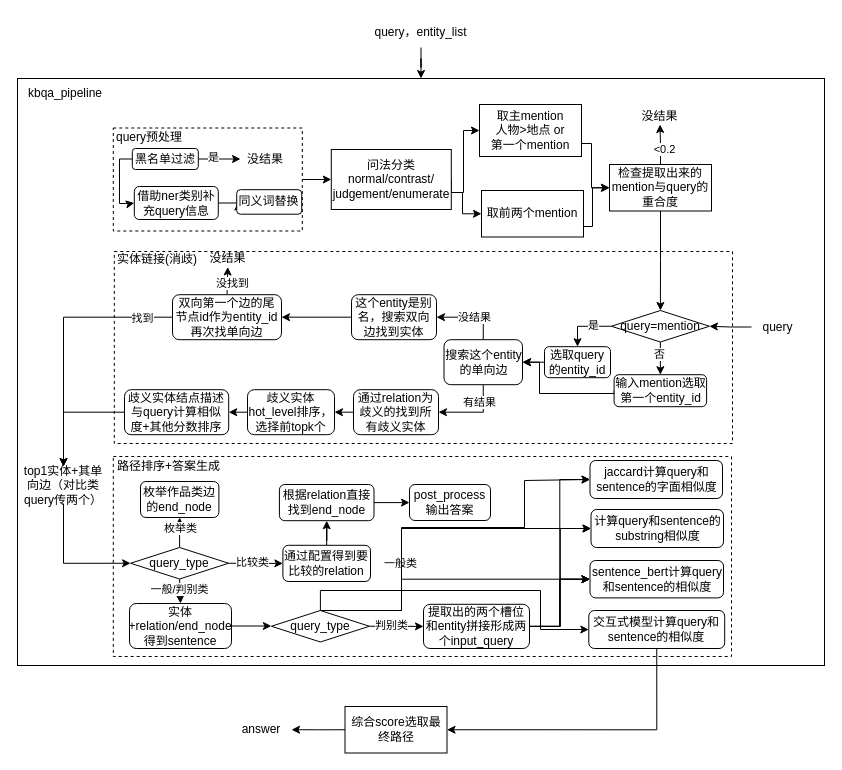
This is kbqa-pipeline-detail.drawio from WeipingFu/drawio, a draw.io file, before an edit. Source tidied: cells renumbered, new cells numbered last; positions are measured from the earlier drawing's top-left corner, leaving out a move shared by most shapes. Both pictures are drawn from the tidied source at 100%, with x=0, y=0 at pixel (17, 17).
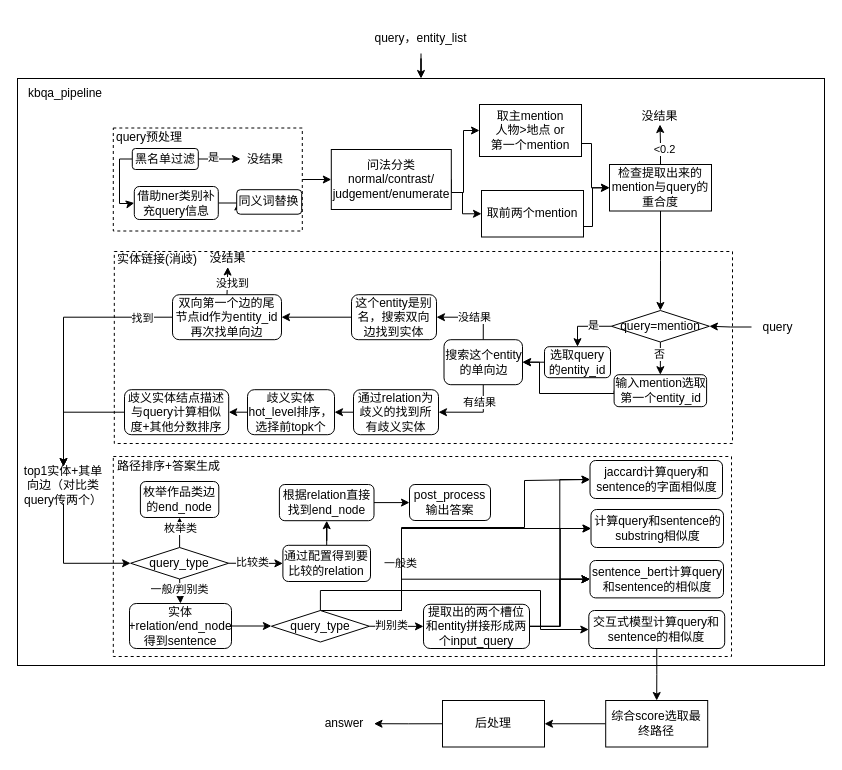
The same page after the edit.

The change refers to these unchanged cells:
```xml
<mxCell id="4" style="rounded=0;whiteSpace=wrap;html=1;fontFamily=Helvetica;fontSize=12;fontColor=default;align=center;strokeColor=default;fillColor=default;" parent="1" vertex="1">
  <mxGeometry y="61" width="807" height="587" as="geometry" />
</mxCell>
<mxCell id="98" value="交互式模型计算query和sentence的相似度" style="rounded=1;whiteSpace=wrap;html=1;" parent="1" vertex="1">
  <mxGeometry x="571.3" y="593" width="135.9" height="38" as="geometry" />
</mxCell>
```

Diff of the diagram source:
```diff
@@
-    <mxCell id="2" style="edgeStyle=orthogonalEdgeStyle;rounded=0;jettySize=auto;html=1;" parent="1" edge="1" source="3" target="4">
+    <mxCell id="2" style="edgeStyle=orthogonalEdgeStyle;rounded=0;jettySize=auto;html=1;exitX=0.5;exitY=1;exitDx=0;exitDy=0;" parent="1" edge="1" source="3" target="4">
       <mxGeometry relative="1" as="geometry" />
     </mxCell>
     <mxCell id="3" value="query，entity_list" style="text;html=1;strokeColor=none;fillColor=none;align=center;verticalAlign=middle;whiteSpace=wrap;rounded=0;" parent="1" vertex="1">
-      <mxGeometry x="337" width="133" height="30" as="geometry" />
+      <mxGeometry x="337" y="6" width="133" height="30" as="geometry" />
     </mxCell>
@@
-    <mxCell id="6" style="edgeStyle=orthogonalEdgeStyle;rounded=0;jettySize=auto;html=1;exitX=0;exitY=0.5;exitDx=0;exitDy=0;" parent="1" edge="1" source="100" target="7">
-      <mxGeometry relative="1" as="geometry" />
-    </mxCell>
     <mxCell id="7" value="answer" style="text;html=1;strokeColor=none;fillColor=none;align=center;verticalAlign=middle;whiteSpace=wrap;rounded=0;" parent="1" vertex="1">
-      <mxGeometry x="214" y="697.2" width="60" height="30" as="geometry" />
+      <mxGeometry x="296.5" y="691.2" width="60" height="30" as="geometry" />
     </mxCell>
@@
     <mxCell id="74" value="枚举作品类边的end_node" style="rounded=1;whiteSpace=wrap;html=1;" parent="1" vertex="1">
-      <mxGeometry x="123" y="464" width="78.4" height="36" as="geometry" />
+      <mxGeometry x="122.9" y="464" width="78.4" height="36" as="geometry" />
     </mxCell>
@@
-    <mxCell id="97" style="edgeStyle=orthogonalEdgeStyle;rounded=0;jettySize=auto;html=1;exitX=0.5;exitY=1;exitDx=0;exitDy=0;entryX=1;entryY=0.5;entryDx=0;entryDy=0;" parent="1" edge="1" source="98" target="100">
+    <mxCell id="97" style="edgeStyle=orthogonalEdgeStyle;rounded=0;jettySize=auto;html=1;exitX=0.5;exitY=1;exitDx=0;exitDy=0;entryX=0.5;entryY=0;entryDx=0;entryDy=0;" parent="1" edge="1" source="98" target="100">
       <mxGeometry relative="1" as="geometry" />
     </mxCell>
@@
+    <mxCell id="101" style="edgeStyle=orthogonalEdgeStyle;rounded=0;jettySize=auto;html=1;exitX=0;exitY=0.5;exitDx=0;exitDy=0;entryX=1;entryY=0.5;entryDx=0;entryDy=0;" parent="1" edge="1" source="100" target="103">
+      <mxGeometry relative="1" as="geometry" />
+    </mxCell>
     <mxCell id="100" value="综合score选取最终路径" style="rounded=0;whiteSpace=wrap;html=1;" parent="1" vertex="1">
-      <mxGeometry x="327.5" y="689" width="102" height="46.5" as="geometry" />
+      <mxGeometry x="588.2" y="683" width="102" height="46.5" as="geometry" />
     </mxCell>
+    <mxCell id="102" style="edgeStyle=orthogonalEdgeStyle;rounded=0;jettySize=auto;html=1;exitX=0;exitY=0.5;exitDx=0;exitDy=0;" parent="1" edge="1" source="103" target="7">
+      <mxGeometry relative="1" as="geometry" />
+    </mxCell>
+    <mxCell id="103" value="后处理" style="rounded=0;whiteSpace=wrap;html=1;" parent="1" vertex="1">
+      <mxGeometry x="425" y="683" width="102" height="46.5" as="geometry" />
+    </mxCell>
```
